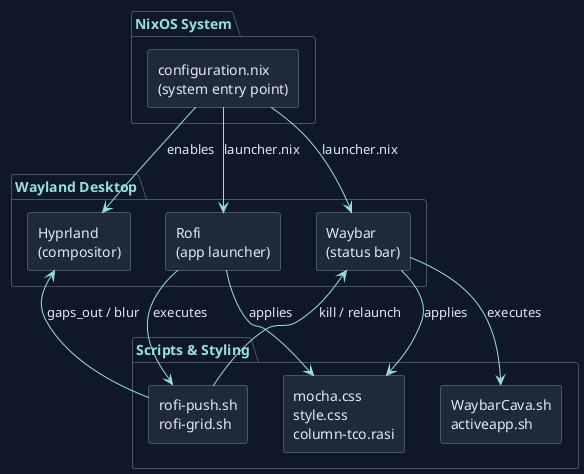
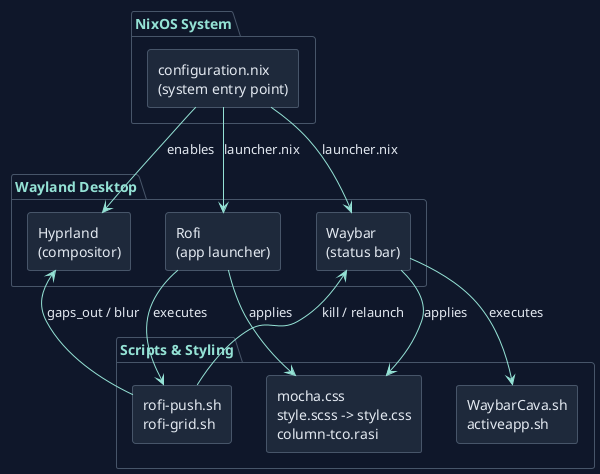
@startuml integration-logic
!theme plain
skinparam backgroundColor #0f172a
skinparam defaultFontColor #e2e8f0
skinparam arrowColor #94e2d5
skinparam borderColor #475569
skinparam shadowing false

skinparam rectangle {
  BackgroundColor #1e293b
  BorderColor #475569
  FontColor #e2e8f0
}
skinparam package {
  BackgroundColor #0f172a
  BorderColor #475569
  FontColor #94e2d5
}

package "NixOS System" {
  rectangle "configuration.nix\n(system entry point)" as root
}

package "Wayland Desktop" {
  rectangle "Hyprland\n(compositor)" as hypr
  rectangle "Waybar\n(status bar)" as waybar
  rectangle "Rofi\n(app launcher)" as rofi
}

package "Scripts & Styling" {
  rectangle "WaybarCava.sh\nactiveapp.sh" as wscripts
  rectangle "rofi-push.sh\nrofi-grid.sh" as rscripts
-   rectangle "mocha.css\nstyle.css\ncolumn-tco.rasi" as styles
+   rectangle "mocha.css\nstyle.scss -> style.css\ncolumn-tco.rasi" as styles
}

root --> hypr : enables
root --> waybar : launcher.nix
root --> rofi : launcher.nix
waybar --> wscripts : executes
waybar --> styles : applies
rofi --> rscripts : executes
rofi --> styles : applies
rscripts --> hypr : gaps_out / blur
rscripts --> waybar : kill / relaunch

@enduml
